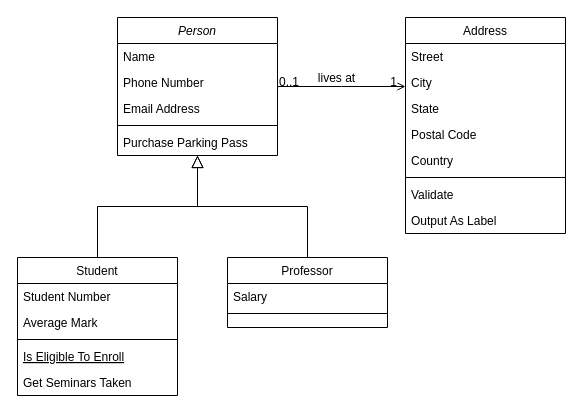
Above: diagrama-clases.drawio in EddyEscalanteU/backend-upc-5-2023 (draw.io), before the change. Source tidied: cells renumbered, new cells numbered last; positions are measured from the earlier drawing's top-left corner, leaving out a move shared by most shapes. Both pictures are drawn from the tidied source at 100%, with x=0, y=0 at pixel (17, 17).
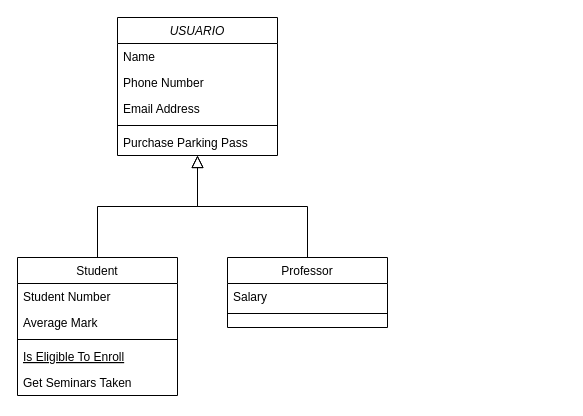
Above is the later version.

Change to the diagram source:
```diff
@@
-    <mxCell id="2" value="Person" style="swimlane;fontStyle=2;align=center;verticalAlign=top;horizontal=1;startSize=26;rounded=0;shadow=0;strokeWidth=1;" parent="1" vertex="1">
+    <mxCell id="2" value="USUARIO" style="swimlane;fontStyle=2;align=center;verticalAlign=top;horizontal=1;startSize=26;rounded=0;shadow=0;strokeWidth=1;" parent="1" vertex="1">
       <mxGeometry x="100" width="160" height="138" as="geometry" />
     </mxCell>
@@
-    <mxCell id="19" value="Address" style="swimlane;fontStyle=0;align=center;verticalAlign=top;horizontal=1;startSize=26;rounded=0;shadow=0;strokeWidth=1;" parent="1" vertex="1">
-      <mxGeometry x="388" width="160" height="216" as="geometry" />
-    </mxCell>
-    <mxCell id="20" value="Street" style="text;align=left;verticalAlign=top;spacingLeft=4;spacingRight=4;overflow=hidden;" parent="19" vertex="1">
-      <mxGeometry y="26" width="160" height="26" as="geometry" />
-    </mxCell>
-    <mxCell id="21" value="City" style="text;align=left;verticalAlign=top;spacingLeft=4;spacingRight=4;overflow=hidden;rounded=0;shadow=0;html=0;" parent="19" vertex="1">
-      <mxGeometry y="52" width="160" height="26" as="geometry" />
-    </mxCell>
-    <mxCell id="22" value="State" style="text;align=left;verticalAlign=top;spacingLeft=4;spacingRight=4;overflow=hidden;rounded=0;shadow=0;html=0;" parent="19" vertex="1">
-      <mxGeometry y="78" width="160" height="26" as="geometry" />
-    </mxCell>
-    <mxCell id="23" value="Postal Code" style="text;align=left;verticalAlign=top;spacingLeft=4;spacingRight=4;overflow=hidden;rounded=0;shadow=0;html=0;" parent="19" vertex="1">
-      <mxGeometry y="104" width="160" height="26" as="geometry" />
-    </mxCell>
-    <mxCell id="24" value="Country" style="text;align=left;verticalAlign=top;spacingLeft=4;spacingRight=4;overflow=hidden;rounded=0;shadow=0;html=0;" parent="19" vertex="1">
-      <mxGeometry y="130" width="160" height="26" as="geometry" />
-    </mxCell>
-    <mxCell id="25" style="line;html=1;strokeWidth=1;align=left;verticalAlign=middle;spacingTop=-1;spacingLeft=3;spacingRight=3;labelPosition=right;" parent="19" vertex="1">
-      <mxGeometry y="156" width="160" height="8" as="geometry" />
-    </mxCell>
-    <mxCell id="26" value="Validate" style="text;align=left;verticalAlign=top;spacingLeft=4;spacingRight=4;overflow=hidden;" parent="19" vertex="1">
-      <mxGeometry y="164" width="160" height="26" as="geometry" />
-    </mxCell>
-    <mxCell id="27" value="Output As Label" style="text;align=left;verticalAlign=top;spacingLeft=4;spacingRight=4;overflow=hidden;" parent="19" vertex="1">
-      <mxGeometry y="190" width="160" height="26" as="geometry" />
-    </mxCell>
-    <mxCell id="28" style="endArrow=open;shadow=0;strokeWidth=1;rounded=0;endFill=1;edgeStyle=elbowEdgeStyle;elbow=vertical;" parent="1" edge="1" source="2" target="19">
-      <mxGeometry x="0.5" y="41" relative="1" as="geometry">
-        <mxPoint x="-40" y="32" as="offset" />
-      </mxGeometry>
-    </mxCell>
-    <mxCell id="29" value="0..1" style="align=left;verticalAlign=bottom;labelBackgroundColor=none;fontSize=12;" parent="28" vertex="1">
-      <mxGeometry x="-1" relative="1" as="geometry">
-        <mxPoint y="4" as="offset" />
-      </mxGeometry>
-    </mxCell>
-    <mxCell id="30" value="1" style="align=right;verticalAlign=bottom;labelBackgroundColor=none;fontSize=12;" parent="28" vertex="1">
-      <mxGeometry x="1" relative="1" as="geometry">
-        <mxPoint x="-7" y="4" as="offset" />
-      </mxGeometry>
-    </mxCell>
-    <mxCell id="31" value="lives at" style="text;html=1;align=center;verticalAlign=middle;labelBackgroundColor=none;rounded=0;shadow=0;strokeWidth=1;fontSize=12;" parent="28" vertex="1">
-      <mxGeometry x="0.5" y="49" relative="1" as="geometry">
-        <mxPoint x="-38" y="40" as="offset" />
-      </mxGeometry>
-    </mxCell>
```
